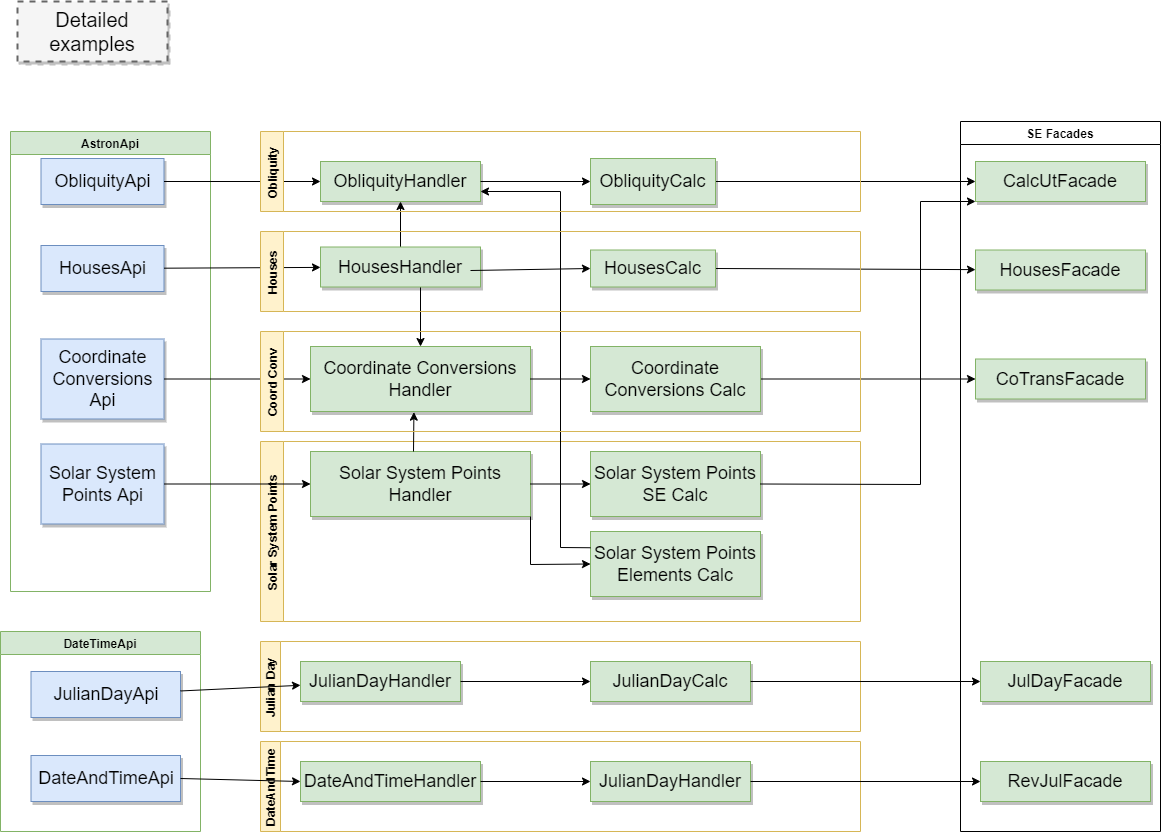
This is MyDocu/diagrams/Architecture core - details.drawio.png from jankampherbeek/EnigmaSuite, a draw.io export, as it was before one commit. Source tidied: cells renumbered, new cells last; positions are measured from the earlier drawing's top-left corner, leaving out a move shared by most shapes.
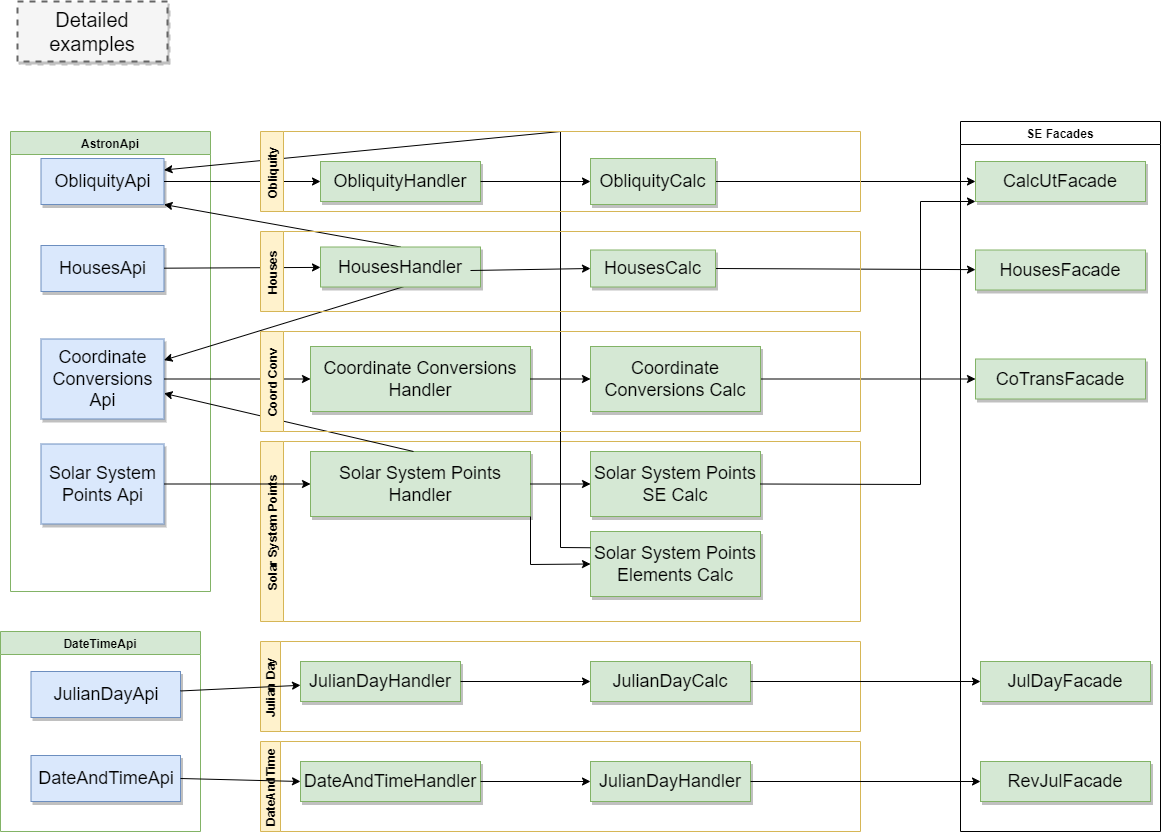
The same diagram one commit later.

The edit, as a diff of the source:
```diff
@@ -78,17 +78,16 @@
     <mxCell id="25" style="endArrow=classic;html=1;rounded=0;exitX=1;exitY=0.5;exitDx=0;exitDy=0;entryX=0;entryY=0.5;entryDx=0;entryDy=0;" parent="1" edge="1" source="57" target="20">
       <mxGeometry relative="1" as="geometry" />
     </mxCell>
-    <mxCell id="26" style="endArrow=classic;html=1;rounded=0;entryX=0.47;entryY=1.01;entryDx=0;entryDy=0;entryPerimeter=0;" parent="1" edge="1" target="56">
+    <mxCell id="26" style="endArrow=classic;html=1;rounded=0;" parent="1" edge="1" target="6">
       <mxGeometry relative="1" as="geometry">
         <mxPoint x="413" y="450" as="sourcePoint" />
       </mxGeometry>
     </mxCell>
-    <mxCell id="27" style="endArrow=classic;html=1;rounded=0;exitX=0;exitY=0.25;exitDx=0;exitDy=0;" parent="1" edge="1" source="15">
+    <mxCell id="27" style="endArrow=classic;html=1;rounded=0;exitX=0;exitY=0.25;exitDx=0;exitDy=0;entryX=1;entryY=0.25;entryDx=0;entryDy=0;" parent="1" edge="1" source="15" target="4">
       <mxGeometry relative="1" as="geometry">
-        <mxPoint x="480" y="190" as="targetPoint" />
         <Array as="points">
           <mxPoint x="560" y="546" />
-          <mxPoint x="560" y="190" />
+          <mxPoint x="560" y="130" />
         </Array>
       </mxGeometry>
     </mxCell>
@@ -154,10 +153,10 @@
     <mxCell id="46" style="endArrow=classic;html=1;rounded=0;exitX=1;exitY=0.5;exitDx=0;exitDy=0;entryX=0;entryY=0.5;entryDx=0;entryDy=0;" parent="1" edge="1" source="45" target="50">
       <mxGeometry relative="1" as="geometry" />
     </mxCell>
-    <mxCell id="47" style="endArrow=classic;html=1;rounded=0;exitX=0.5;exitY=0;exitDx=0;exitDy=0;" parent="1" edge="1" source="52" target="45">
+    <mxCell id="47" style="endArrow=classic;html=1;rounded=0;exitX=0.5;exitY=0;exitDx=0;exitDy=0;entryX=1;entryY=1;entryDx=0;entryDy=0;" parent="1" edge="1" source="52" target="4">
       <mxGeometry relative="1" as="geometry" />
     </mxCell>
-    <mxCell id="48" style="endArrow=classic;html=1;rounded=0;" parent="1" edge="1" target="56">
+    <mxCell id="48" style="endArrow=classic;html=1;rounded=0;" parent="1" edge="1" target="6">
       <mxGeometry relative="1" as="geometry">
         <mxPoint x="420" y="280" as="sourcePoint" />
       </mxGeometry>
```
